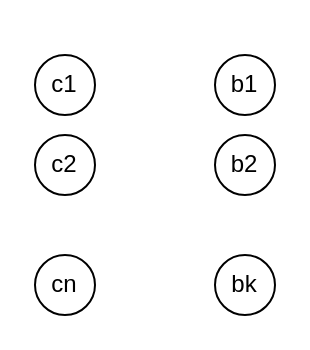
This is 未命名绘图.drawio from Eren-Jeager123/Algorithm, a draw.io file, before an edit. Source tidied: cells renumbered, new cells numbered last; positions are measured from the earlier drawing's top-left corner, leaving out a move shared by most shapes. Both pictures are drawn from the tidied source at 200%, with x=0, y=0 at pixel (34, 54).
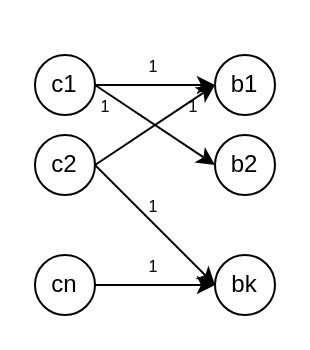
Above is the later version.

Commit message (it also covers changes not shown here):
更新未命名绘图.drawio

Change to the diagram source:
```diff
@@
 <mxGraphModel>
   <root>
     <mxCell id="0" />
     <mxCell id="1" parent="0" />
+    <mxCell id="8" style="rounded=0;jettySize=auto;html=1;exitX=1;exitY=0.5;exitDx=0;exitDy=0;entryX=0;entryY=0.5;entryDx=0;entryDy=0;" parent="1" edge="1" source="2" target="5">
+      <mxGeometry relative="1" as="geometry" />
+    </mxCell>
+    <mxCell id="9" style="rounded=0;jettySize=auto;html=1;exitX=1;exitY=0.5;exitDx=0;exitDy=0;entryX=0;entryY=0.5;entryDx=0;entryDy=0;" parent="1" edge="1" source="2" target="6">
+      <mxGeometry relative="1" as="geometry" />
+    </mxCell>
     <mxCell id="2" value="c1" style="ellipse;whiteSpace=wrap;html=1;" parent="1" vertex="1">
       <mxGeometry width="30" height="30" as="geometry" />
     </mxCell>
+    <mxCell id="10" style="rounded=0;jettySize=auto;html=1;exitX=1;exitY=0.5;exitDx=0;exitDy=0;entryX=0;entryY=0.5;entryDx=0;entryDy=0;" parent="1" edge="1" source="3" target="7">
+      <mxGeometry relative="1" as="geometry" />
+    </mxCell>
+    <mxCell id="11" style="rounded=0;jettySize=auto;html=1;exitX=1;exitY=0.5;exitDx=0;exitDy=0;entryX=0;entryY=0.5;entryDx=0;entryDy=0;" parent="1" edge="1" source="3" target="5">
+      <mxGeometry relative="1" as="geometry" />
+    </mxCell>
     <mxCell id="3" value="c2" style="ellipse;whiteSpace=wrap;html=1;" parent="1" vertex="1">
       <mxGeometry y="40" width="30" height="30" as="geometry" />
     </mxCell>
+    <mxCell id="12" style="rounded=0;jettySize=auto;html=1;exitX=1;exitY=0.5;exitDx=0;exitDy=0;entryX=0;entryY=0.5;entryDx=0;entryDy=0;" parent="1" edge="1" source="4" target="7">
+      <mxGeometry relative="1" as="geometry" />
+    </mxCell>
     <mxCell id="4" value="cn" style="ellipse;whiteSpace=wrap;html=1;" parent="1" vertex="1">
       <mxGeometry y="100" width="30" height="30" as="geometry" />
     </mxCell>
     <mxCell id="5" value="b1" style="ellipse;whiteSpace=wrap;html=1;" parent="1" vertex="1">
       <mxGeometry x="90" width="30" height="30" as="geometry" />
     </mxCell>
     <mxCell id="6" value="b2" style="ellipse;whiteSpace=wrap;html=1;" parent="1" vertex="1">
       <mxGeometry x="90" y="40" width="30" height="30" as="geometry" />
     </mxCell>
     <mxCell id="7" value="bk" style="ellipse;whiteSpace=wrap;html=1;" parent="1" vertex="1">
       <mxGeometry x="90" y="100" width="30" height="30" as="geometry" />
     </mxCell>
+    <mxCell id="13" value="&lt;font style=&quot;font-size: 8px;&quot;&gt;1&lt;/font&gt;" style="text;html=1;align=center;verticalAlign=middle;strokeColor=none;fillColor=none;" parent="1" vertex="1">
+      <mxGeometry x="43.5" y="-10" width="30" height="30" as="geometry" />
+    </mxCell>
+    <mxCell id="14" value="&lt;font style=&quot;font-size: 8px;&quot;&gt;1&lt;/font&gt;" style="text;html=1;align=center;verticalAlign=middle;strokeColor=none;fillColor=none;" parent="1" vertex="1">
+      <mxGeometry x="20" y="10" width="30" height="30" as="geometry" />
+    </mxCell>
+    <mxCell id="15" value="&lt;font style=&quot;font-size: 8px;&quot;&gt;1&lt;/font&gt;" style="text;html=1;align=center;verticalAlign=middle;strokeColor=none;fillColor=none;" parent="1" vertex="1">
+      <mxGeometry x="63.5" y="10" width="30" height="30" as="geometry" />
+    </mxCell>
+    <mxCell id="16" value="&lt;font style=&quot;font-size: 8px;&quot;&gt;1&lt;/font&gt;" style="text;html=1;align=center;verticalAlign=middle;strokeColor=none;fillColor=none;" parent="1" vertex="1">
+      <mxGeometry x="43.5" y="60" width="30" height="30" as="geometry" />
+    </mxCell>
+    <mxCell id="17" value="&lt;font style=&quot;font-size: 8px;&quot;&gt;1&lt;/font&gt;" style="text;html=1;align=center;verticalAlign=middle;strokeColor=none;fillColor=none;" parent="1" vertex="1">
+      <mxGeometry x="44" y="90" width="30" height="30" as="geometry" />
+    </mxCell>
   </root>
 </mxGraphModel>
```
